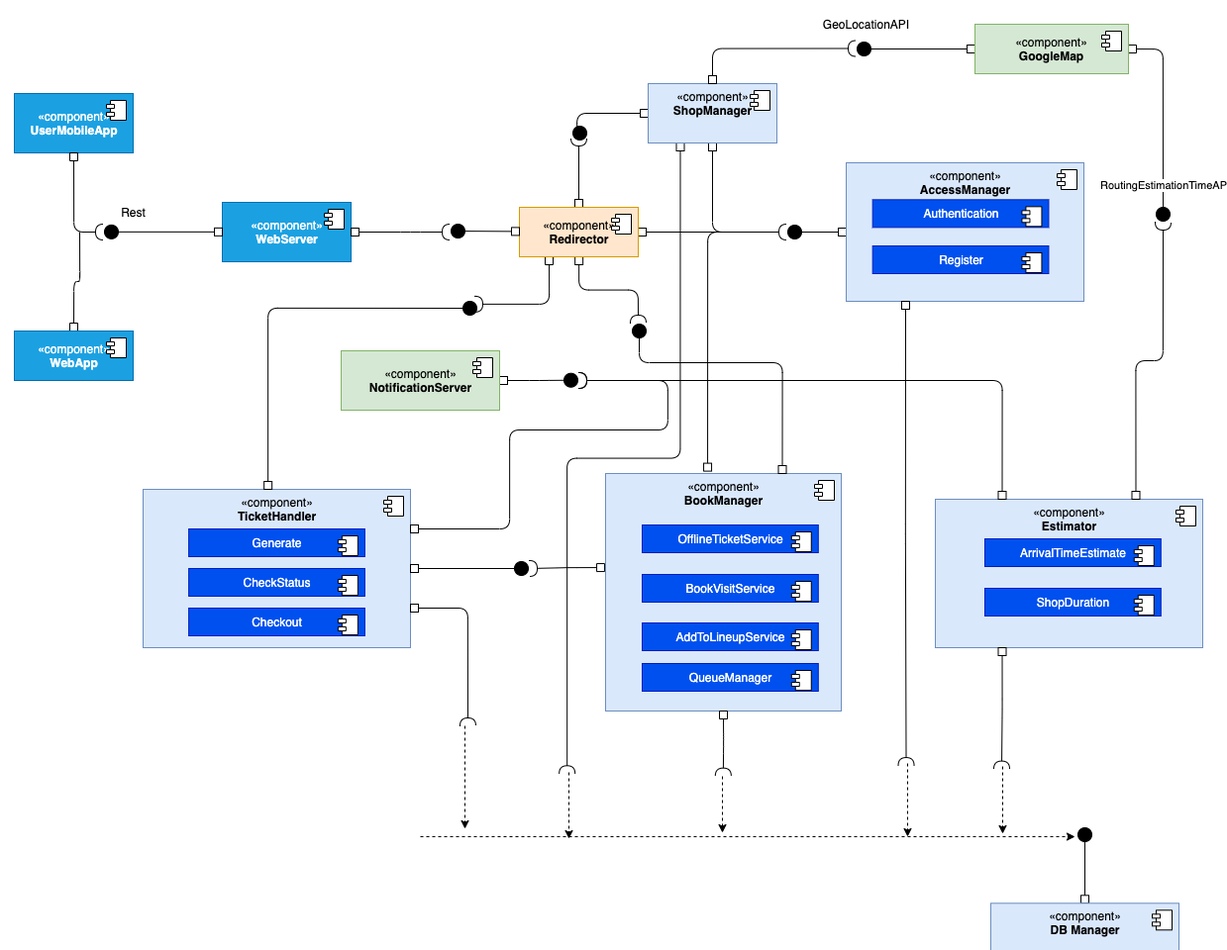
This is DD/images/all/componentview.png from SamanFekri/SE2, a draw.io export, as it was before one commit. Source tidied: cells renumbered, new cells last; positions are measured from the earlier drawing's top-left corner, leaving out a move shared by most shapes.
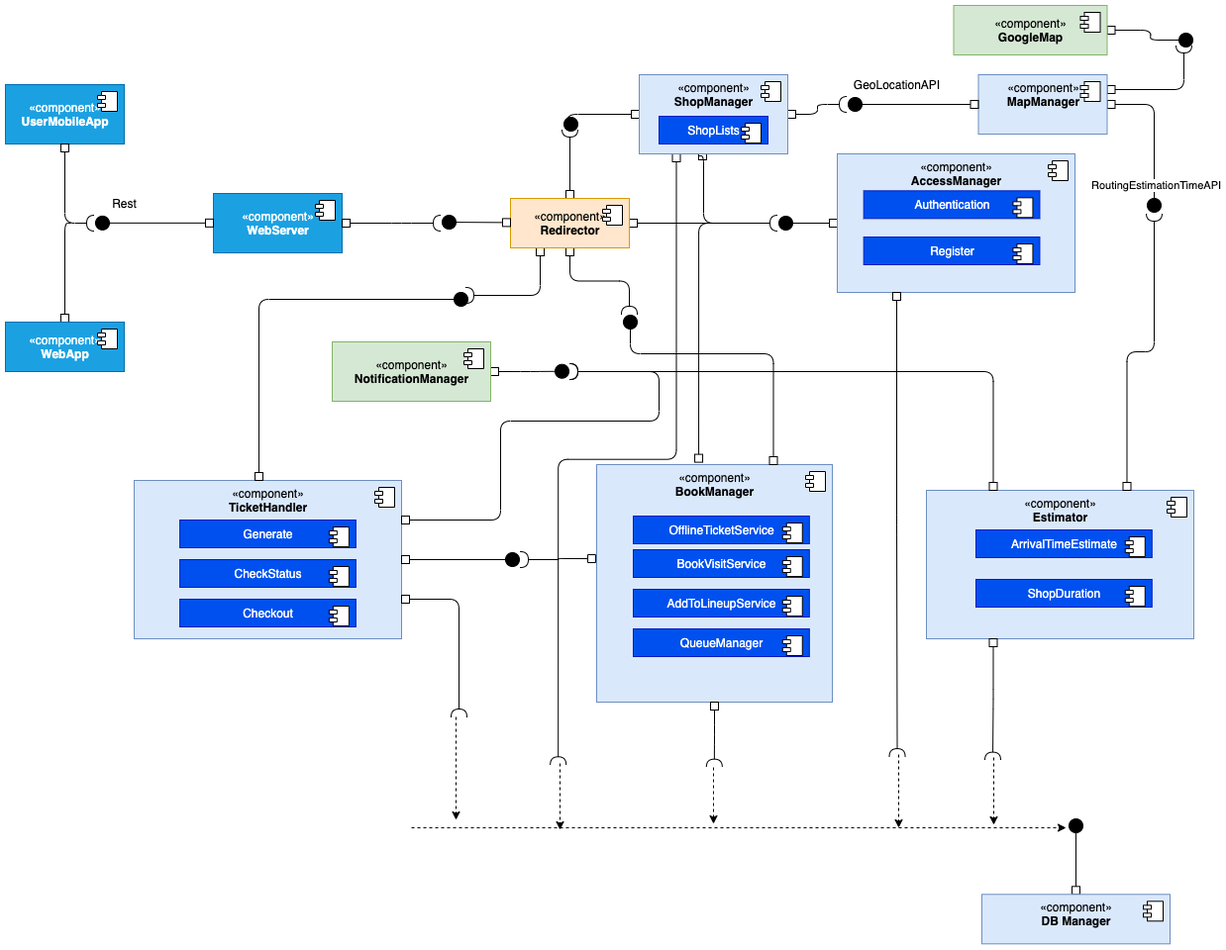
Above is the later version.

Diff of the diagram source:
```diff
@@ -5,6 +5,9 @@
     <mxCell id="2" style="edgeStyle=orthogonalEdgeStyle;rounded=1;jettySize=auto;html=1;exitX=0.5;exitY=0;exitDx=0;exitDy=0;startArrow=box;startFill=0;endArrow=none;endFill=0;" parent="1" edge="1" source="3">
       <mxGeometry relative="1" as="geometry">
         <mxPoint x="66" y="220" as="targetPoint" />
+        <Array as="points">
+          <mxPoint x="60" y="220" />
+        </Array>
       </mxGeometry>
     </mxCell>
     <mxCell id="3" value="«component»&lt;br&gt;&lt;b&gt;WebApp&lt;/b&gt;" style="html=1;fillColor=#1ba1e2;strokeColor=#006EAF;fontColor=#ffffff;" parent="1" vertex="1">
@@ -68,7 +71,7 @@
         <mxPoint x="570" y="369.6" as="targetPoint" />
       </mxGeometry>
     </mxCell>
-    <mxCell id="16" value="«component»&lt;br&gt;&lt;b&gt;NotificationServer&lt;/b&gt;" style="html=1;fillColor=#d5e8d4;strokeColor=#82b366;" parent="1" vertex="1">
+    <mxCell id="16" value="«component»&lt;br&gt;&lt;b&gt;NotificationManager&lt;/b&gt;" style="html=1;fillColor=#d5e8d4;strokeColor=#82b366;" parent="1" vertex="1">
       <mxGeometry x="330" y="340" width="160" height="60" as="geometry" />
     </mxCell>
     <mxCell id="17" style="shape=module;jettyWidth=8;jettyHeight=4;" parent="16" vertex="1">
@@ -76,12 +79,12 @@
         <mxPoint x="-27" y="7" as="offset" />
       </mxGeometry>
     </mxCell>
-    <mxCell id="18" style="edgeStyle=orthogonalEdgeStyle;rounded=1;jettySize=auto;html=1;startArrow=box;startFill=0;endArrow=circle;endFill=1;" parent="1" edge="1" source="21">
+    <mxCell id="18" style="edgeStyle=orthogonalEdgeStyle;rounded=1;jettySize=auto;html=1;startArrow=box;startFill=0;endArrow=circle;endFill=1;exitX=1;exitY=0.5;exitDx=0;exitDy=0;" parent="1" edge="1" source="21">
       <mxGeometry relative="1" as="geometry">
-        <mxPoint x="850" y="35" as="targetPoint" />
+        <mxPoint x="1200" y="35" as="targetPoint" />
       </mxGeometry>
     </mxCell>
-    <mxCell id="19" style="edgeStyle=orthogonalEdgeStyle;rounded=1;jettySize=auto;html=1;exitX=1;exitY=0.5;exitDx=0;exitDy=0;startArrow=box;startFill=0;endArrow=circle;endFill=1;" parent="1" edge="1" source="21">
+    <mxCell id="19" style="edgeStyle=orthogonalEdgeStyle;rounded=1;jettySize=auto;html=1;exitX=1;exitY=0.5;exitDx=0;exitDy=0;startArrow=box;startFill=0;endArrow=circle;endFill=1;" parent="1" edge="1" source="93">
       <mxGeometry relative="1" as="geometry">
         <mxPoint x="1160" y="210" as="targetPoint" />
       </mxGeometry>
@@ -90,17 +93,18 @@
       <mxGeometry x="0.64" y="1" relative="1" as="geometry" />
     </mxCell>
     <mxCell id="21" value="«component»&lt;br&gt;&lt;b&gt;GoogleMap&lt;/b&gt;" style="html=1;fillColor=#d5e8d4;strokeColor=#82b366;" parent="1" vertex="1">
-      <mxGeometry x="970" y="10" width="155" height="50" as="geometry" />
+      <mxGeometry x="957.5" width="155" height="50" as="geometry" />
     </mxCell>
     <mxCell id="22" style="shape=module;jettyWidth=8;jettyHeight=4;" parent="21" vertex="1">
       <mxGeometry x="1" width="20" height="20" relative="1" as="geometry">
         <mxPoint x="-27" y="7" as="offset" />
       </mxGeometry>
     </mxCell>
-    <mxCell id="23" style="edgeStyle=orthogonalEdgeStyle;rounded=1;jettySize=auto;html=1;exitX=0.5;exitY=1;exitDx=0;exitDy=0;startArrow=box;startFill=0;endArrow=halfCircle;endFill=0;" parent="1" edge="1" source="26">
+    <mxCell id="23" style="edgeStyle=orthogonalEdgeStyle;rounded=1;jettySize=auto;html=1;exitX=0.453;exitY=1.025;exitDx=0;exitDy=0;startArrow=box;startFill=0;endArrow=halfCircle;endFill=0;exitPerimeter=0;" parent="1" edge="1" source="26">
       <mxGeometry relative="1" as="geometry">
         <mxPoint x="780" y="220" as="targetPoint" />
         <Array as="points">
+          <mxPoint x="705" y="152" />
           <mxPoint x="705" y="220" />
         </Array>
       </mxGeometry>
@@ -114,13 +118,18 @@
       <mxGeometry relative="1" as="geometry">
         <mxPoint x="563" y="120" as="targetPoint" />
         <Array as="points">
-          <mxPoint x="568" y="100" />
+          <mxPoint x="568" y="110" />
           <mxPoint x="568" y="120" />
         </Array>
       </mxGeometry>
     </mxCell>
+    <mxCell id="91" style="edgeStyle=orthogonalEdgeStyle;rounded=1;jettySize=auto;html=1;startArrow=box;startFill=0;endArrow=halfCircle;endFill=0;" parent="1" edge="1" source="26">
+      <mxGeometry relative="1" as="geometry">
+        <mxPoint x="850" y="100" as="targetPoint" />
+      </mxGeometry>
+    </mxCell>
     <mxCell id="26" value="«component»&lt;br&gt;&lt;b&gt;ShopManager&lt;/b&gt;" style="html=1;horizontal=1;verticalAlign=top;fillColor=#dae8fc;strokeColor=#6c8ebf;" parent="1" vertex="1">
-      <mxGeometry x="640" y="70" width="130" height="60" as="geometry" />
+      <mxGeometry x="640" y="70" width="150" height="80" as="geometry" />
     </mxCell>
     <mxCell id="27" style="shape=module;jettyWidth=8;jettyHeight=4;" parent="26" vertex="1">
       <mxGeometry x="1" width="20" height="20" relative="1" as="geometry">
@@ -135,16 +144,8 @@
         </Array>
       </mxGeometry>
     </mxCell>
-    <mxCell id="29" style="edgeStyle=orthogonalEdgeStyle;rounded=1;jettySize=auto;html=1;startArrow=halfCircle;startFill=0;endArrow=box;endFill=0;entryX=0.5;entryY=0;entryDx=0;entryDy=0;" parent="1" edge="1" target="26">
-      <mxGeometry relative="1" as="geometry">
-        <mxPoint x="850" y="34.5" as="sourcePoint" />
-        <Array as="points">
-          <mxPoint x="705" y="35" />
-        </Array>
-      </mxGeometry>
-    </mxCell>
     <mxCell id="30" value="GeoLocationAPI" style="text;html=1;align=center;verticalAlign=middle;" parent="1" vertex="1">
-      <mxGeometry x="810" width="100" height="20" as="geometry" />
+      <mxGeometry x="850" y="70" width="100" height="20" as="geometry" />
     </mxCell>
     <mxCell id="31" style="edgeStyle=orthogonalEdgeStyle;rounded=1;orthogonalLoop=1;jettySize=auto;html=1;startArrow=box;startFill=0;endArrow=circle;endFill=1;" parent="1" edge="1">
       <mxGeometry relative="1" as="geometry">
@@ -339,7 +340,7 @@
       </mxGeometry>
     </mxCell>
     <mxCell id="73" value="BookVisitService" style="html=1;fillColor=#0050ef;strokeColor=#001DBC;fontColor=#ffffff;" parent="68" vertex="1">
-      <mxGeometry x="37" y="102" width="177.8" height="28" as="geometry" />
+      <mxGeometry x="37" y="86" width="177.8" height="28" as="geometry" />
     </mxCell>
     <mxCell id="74" style="shape=module;jettyWidth=8;jettyHeight=4;" parent="73" vertex="1">
       <mxGeometry x="1" width="20" height="20" relative="1" as="geometry">
@@ -347,7 +348,7 @@
       </mxGeometry>
     </mxCell>
     <mxCell id="75" value="AddToLineupService" style="html=1;fillColor=#0050ef;strokeColor=#001DBC;fontColor=#ffffff;" parent="68" vertex="1">
-      <mxGeometry x="37" y="151" width="177.8" height="28" as="geometry" />
+      <mxGeometry x="37" y="126" width="177.8" height="28" as="geometry" />
     </mxCell>
     <mxCell id="76" style="shape=module;jettyWidth=8;jettyHeight=4;" parent="75" vertex="1">
       <mxGeometry x="1" width="20" height="20" relative="1" as="geometry">
@@ -355,7 +356,7 @@
       </mxGeometry>
     </mxCell>
     <mxCell id="77" value="QueueManager" style="html=1;fillColor=#0050ef;strokeColor=#001DBC;fontColor=#ffffff;" parent="68" vertex="1">
-      <mxGeometry x="37" y="192" width="177.8" height="28" as="geometry" />
+      <mxGeometry x="37" y="166" width="177.8" height="28" as="geometry" />
     </mxCell>
     <mxCell id="78" style="shape=module;jettyWidth=8;jettyHeight=4;" parent="77" vertex="1">
       <mxGeometry x="1" width="20" height="20" relative="1" as="geometry">
@@ -435,5 +436,31 @@
         </Array>
       </mxGeometry>
     </mxCell>
+    <mxCell id="92" style="edgeStyle=orthogonalEdgeStyle;jettySize=auto;html=1;startArrow=box;startFill=0;endArrow=halfCircle;endFill=0;exitX=1;exitY=0.25;exitDx=0;exitDy=0;rounded=1;" parent="1" edge="1" source="93">
+      <mxGeometry relative="1" as="geometry">
+        <mxPoint x="1190" y="40" as="targetPoint" />
+      </mxGeometry>
+    </mxCell>
+    <mxCell id="93" value="«component»&lt;br&gt;&lt;b&gt;MapManager&lt;/b&gt;" style="html=1;horizontal=1;verticalAlign=top;fillColor=#dae8fc;strokeColor=#6c8ebf;" parent="1" vertex="1">
+      <mxGeometry x="982.5" y="70" width="130" height="60" as="geometry" />
+    </mxCell>
+    <mxCell id="94" style="shape=module;jettyWidth=8;jettyHeight=4;" parent="93" vertex="1">
+      <mxGeometry x="1" width="20" height="20" relative="1" as="geometry">
+        <mxPoint x="-27" y="7" as="offset" />
+      </mxGeometry>
+    </mxCell>
+    <mxCell id="95" style="edgeStyle=orthogonalEdgeStyle;rounded=1;jettySize=auto;html=1;startArrow=box;startFill=0;endArrow=circle;endFill=1;exitX=0;exitY=0.5;exitDx=0;exitDy=0;" parent="1" edge="1" source="93">
+      <mxGeometry relative="1" as="geometry">
+        <mxPoint x="850" y="100" as="targetPoint" />
+      </mxGeometry>
+    </mxCell>
+    <mxCell id="96" value="ShopLists" style="html=1;fillColor=#0050ef;strokeColor=#001DBC;fontColor=#ffffff;" parent="1" vertex="1">
+      <mxGeometry x="660" y="112" width="110" height="28" as="geometry" />
+    </mxCell>
+    <mxCell id="97" style="shape=module;jettyWidth=8;jettyHeight=4;" parent="96" vertex="1">
+      <mxGeometry x="1" width="20" height="20" relative="1" as="geometry">
+        <mxPoint x="-27" y="7" as="offset" />
+      </mxGeometry>
+    </mxCell>
   </root>
 </mxGraphModel>
```
